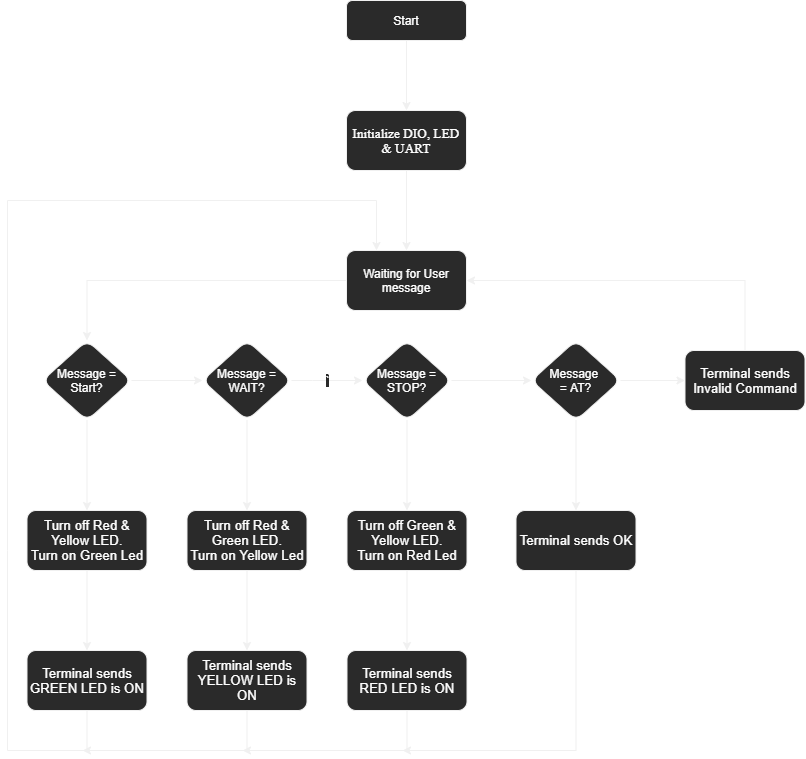
Before: Embedded Systems Level 1 BootCamp/S_AT_MC_05/Flowchart/S_ATM_05.png, a diagram exported from draw.io (marcomagdy24/Sprints). Source tidied: cells renumbered, new cells last; positions are measured from the earlier drawing's top-left corner, leaving out a move shared by most shapes.
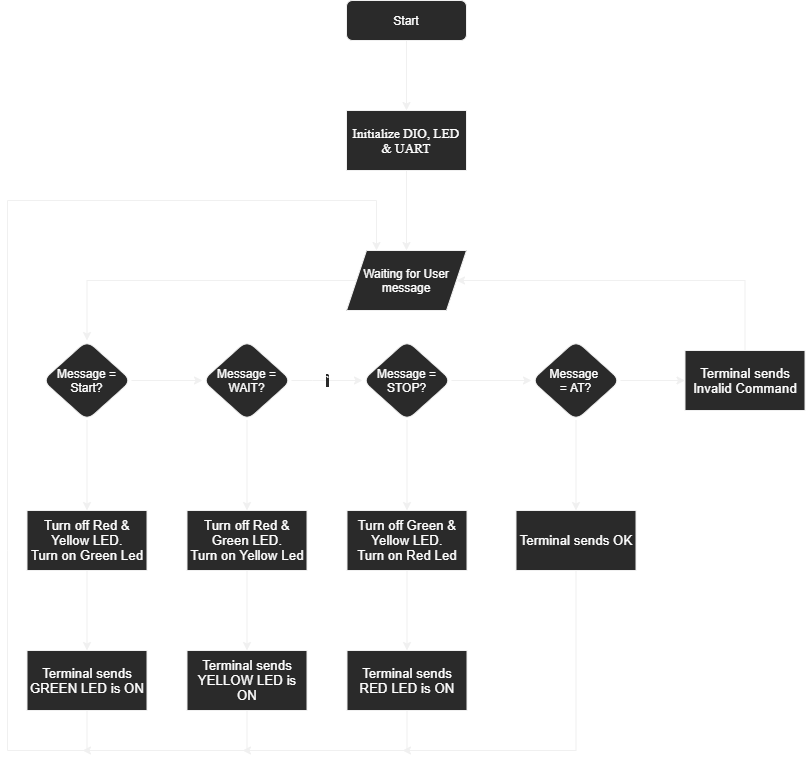
The same diagram one commit later.

Diff of the diagram source:
```diff
@@ -11,13 +11,13 @@
     <mxCell id="4" style="edgeStyle=orthogonalEdgeStyle;rounded=0;jettySize=auto;html=1;fontColor=#FFFFFF;" parent="1" edge="1" source="5" target="7">
       <mxGeometry relative="1" as="geometry" />
     </mxCell>
-    <mxCell id="5" value="&lt;span style=&quot;font-family: &amp;quot;ms shell dlg 2&amp;quot;; font-size: 13.3333px;&quot;&gt;Initialize DIO, LED &amp;amp; UART&lt;/span&gt;" style="rounded=1;whiteSpace=wrap;html=1;shadow=0;strokeWidth=1;glass=0;fontColor=#FFFFFF;" parent="1" vertex="1">
+    <mxCell id="5" value="&lt;span style=&quot;font-family: &amp;quot;ms shell dlg 2&amp;quot;; font-size: 13.3333px;&quot;&gt;Initialize DIO, LED &amp;amp; UART&lt;/span&gt;" style="rounded=0;whiteSpace=wrap;html=1;shadow=0;fontFamily=Helvetica;fontSize=12;fontColor=#FFFFFF;align=center;strokeColor=#f0f0f0;strokeWidth=1;fillColor=#2a2a2a;" parent="1" vertex="1">
       <mxGeometry x="339" y="110" width="120" height="60" as="geometry" />
     </mxCell>
     <mxCell id="6" style="edgeStyle=orthogonalEdgeStyle;rounded=0;jettySize=auto;html=1;fontColor=#FFFFFF;" parent="1" edge="1" source="7" target="10">
       <mxGeometry relative="1" as="geometry" />
     </mxCell>
-    <mxCell id="7" value="Waiting for User message" style="whiteSpace=wrap;html=1;rounded=1;shadow=0;strokeWidth=1;glass=0;fontColor=#FFFFFF;" parent="1" vertex="1">
+    <mxCell id="7" value="Waiting for User message" style="shape=parallelogram;perimeter=parallelogramPerimeter;whiteSpace=wrap;html=1;fixedSize=1;shadow=0;fontFamily=Helvetica;fontSize=12;fontColor=#FFFFFF;align=center;strokeColor=#f0f0f0;strokeWidth=1;fillColor=#2a2a2a;" parent="1" vertex="1">
       <mxGeometry x="339" y="250" width="120" height="60" as="geometry" />
     </mxCell>
     <mxCell id="8" style="edgeStyle=orthogonalEdgeStyle;rounded=0;jettySize=auto;html=1;fontColor=#FFFFFF;" parent="1" edge="1" source="10" target="12">
@@ -64,15 +64,19 @@
       <mxGeometry x="524" y="340" width="89" height="80" as="geometry" />
     </mxCell>
     <mxCell id="20" style="edgeStyle=orthogonalEdgeStyle;rounded=0;jettySize=auto;html=1;exitX=0.5;exitY=0;exitDx=0;exitDy=0;entryX=1;entryY=0.5;entryDx=0;entryDy=0;fontColor=#FFFFFF;" parent="1" edge="1" source="21" target="7">
-      <mxGeometry relative="1" as="geometry" />
+      <mxGeometry relative="1" as="geometry">
+        <Array as="points">
+          <mxPoint x="738" y="280" />
+        </Array>
+      </mxGeometry>
     </mxCell>
-    <mxCell id="21" value="&lt;span style=&quot;font-family: &amp;quot;arial&amp;quot; ; font-size: 10pt&quot;&gt;Terminal sends Invalid Command&lt;/span&gt;" style="whiteSpace=wrap;html=1;rounded=1;shadow=0;strokeWidth=1;glass=0;fontColor=#FFFFFF;" parent="1" vertex="1">
+    <mxCell id="21" value="&lt;span style=&quot;font-family: &amp;quot;arial&amp;quot; ; font-size: 10pt&quot;&gt;Terminal sends Invalid Command&lt;/span&gt;" style="rounded=0;whiteSpace=wrap;html=1;shadow=0;fontFamily=Helvetica;fontSize=12;fontColor=#FFFFFF;align=center;strokeColor=#f0f0f0;strokeWidth=1;fillColor=#2a2a2a;" parent="1" vertex="1">
       <mxGeometry x="677.5" y="350" width="120" height="60" as="geometry" />
     </mxCell>
     <mxCell id="22" style="edgeStyle=orthogonalEdgeStyle;rounded=0;jettySize=auto;html=1;fontColor=#FFFFFF;" parent="1" edge="1" source="23" target="33">
       <mxGeometry relative="1" as="geometry" />
     </mxCell>
-    <mxCell id="23" value="&lt;span style=&quot;font-family: &amp;quot;arial&amp;quot; ; font-size: 10pt&quot;&gt;Turn off Red &amp;amp;&lt;/span&gt;&lt;br&gt;&lt;p align=&quot;center&quot; style=&quot;margin-top: 0px ; margin-bottom: 0px ; margin-left: 0px ; margin-right: 0px ; text-indent: 0px&quot;&gt;&lt;span style=&quot;font-family: arial; font-size: 10pt;&quot;&gt;Yellow LED.&lt;/span&gt;&lt;/p&gt;&lt;p align=&quot;center&quot; style=&quot;margin-top: 0px ; margin-bottom: 0px ; margin-left: 0px ; margin-right: 0px ; text-indent: 0px&quot;&gt;&lt;span style=&quot;font-family: arial; font-size: 10pt;&quot;&gt;Turn on Green Led&lt;/span&gt;&lt;/p&gt;" style="whiteSpace=wrap;html=1;rounded=1;shadow=0;strokeWidth=1;glass=0;fontColor=#FFFFFF;" parent="1" vertex="1">
+    <mxCell id="23" value="&lt;span style=&quot;font-family: &amp;quot;arial&amp;quot; ; font-size: 10pt&quot;&gt;Turn off Red &amp;amp;&lt;/span&gt;&lt;br&gt;&lt;p align=&quot;center&quot; style=&quot;margin-top: 0px ; margin-bottom: 0px ; margin-left: 0px ; margin-right: 0px ; text-indent: 0px&quot;&gt;&lt;span style=&quot;font-family: arial; font-size: 10pt;&quot;&gt;Yellow LED.&lt;/span&gt;&lt;/p&gt;&lt;p align=&quot;center&quot; style=&quot;margin-top: 0px ; margin-bottom: 0px ; margin-left: 0px ; margin-right: 0px ; text-indent: 0px&quot;&gt;&lt;span style=&quot;font-family: arial; font-size: 10pt;&quot;&gt;Turn on Green Led&lt;/span&gt;&lt;/p&gt;" style="rounded=0;whiteSpace=wrap;html=1;shadow=0;fontFamily=Helvetica;fontSize=12;fontColor=#FFFFFF;align=center;strokeColor=#f0f0f0;strokeWidth=1;fillColor=#2a2a2a;" parent="1" vertex="1">
       <mxGeometry x="19.5" y="510" width="120" height="60" as="geometry" />
     </mxCell>
     <mxCell id="24" style="edgeStyle=orthogonalEdgeStyle;rounded=0;jettySize=auto;html=1;fontColor=#FFFFFF;" parent="1" edge="1" source="12" target="26">
@@ -81,7 +85,7 @@
     <mxCell id="25" style="edgeStyle=orthogonalEdgeStyle;rounded=0;jettySize=auto;html=1;fontColor=#FFFFFF;" parent="1" edge="1" source="26" target="35">
       <mxGeometry relative="1" as="geometry" />
     </mxCell>
-    <mxCell id="26" value="&lt;span style=&quot;font-family: &amp;quot;arial&amp;quot; ; font-size: 10pt&quot;&gt;Turn off Red &amp;amp;&lt;/span&gt;&lt;br&gt;&lt;p align=&quot;center&quot; style=&quot;margin-top: 0px ; margin-bottom: 0px ; margin-left: 0px ; margin-right: 0px ; text-indent: 0px&quot;&gt;&lt;span style=&quot;font-family: arial; font-size: 10pt;&quot;&gt;Green LED.&lt;/span&gt;&lt;/p&gt;&lt;p align=&quot;center&quot; style=&quot;margin-top: 0px ; margin-bottom: 0px ; margin-left: 0px ; margin-right: 0px ; text-indent: 0px&quot;&gt;&lt;span style=&quot;font-family: arial; font-size: 10pt;&quot;&gt;Turn on&amp;nbsp;&lt;/span&gt;&lt;span style=&quot;font-family: &amp;quot;arial&amp;quot; ; font-size: 13.3333px&quot;&gt;Yellow&amp;nbsp;&lt;/span&gt;&lt;span style=&quot;font-family: arial; font-size: 10pt;&quot;&gt;Led&lt;/span&gt;&lt;/p&gt;" style="whiteSpace=wrap;html=1;rounded=1;shadow=0;strokeWidth=1;glass=0;fontColor=#FFFFFF;" parent="1" vertex="1">
+    <mxCell id="26" value="&lt;span style=&quot;font-family: &amp;quot;arial&amp;quot; ; font-size: 10pt&quot;&gt;Turn off Red &amp;amp;&lt;/span&gt;&lt;br&gt;&lt;p align=&quot;center&quot; style=&quot;margin-top: 0px ; margin-bottom: 0px ; margin-left: 0px ; margin-right: 0px ; text-indent: 0px&quot;&gt;&lt;span style=&quot;font-family: arial; font-size: 10pt;&quot;&gt;Green LED.&lt;/span&gt;&lt;/p&gt;&lt;p align=&quot;center&quot; style=&quot;margin-top: 0px ; margin-bottom: 0px ; margin-left: 0px ; margin-right: 0px ; text-indent: 0px&quot;&gt;&lt;span style=&quot;font-family: arial; font-size: 10pt;&quot;&gt;Turn on&amp;nbsp;&lt;/span&gt;&lt;span style=&quot;font-family: &amp;quot;arial&amp;quot; ; font-size: 13.3333px&quot;&gt;Yellow&amp;nbsp;&lt;/span&gt;&lt;span style=&quot;font-family: arial; font-size: 10pt;&quot;&gt;Led&lt;/span&gt;&lt;/p&gt;" style="rounded=0;whiteSpace=wrap;html=1;shadow=0;fontFamily=Helvetica;fontSize=12;fontColor=#FFFFFF;align=center;strokeColor=#f0f0f0;strokeWidth=1;fillColor=#2a2a2a;" parent="1" vertex="1">
       <mxGeometry x="179.5" y="510" width="120" height="60" as="geometry" />
     </mxCell>
     <mxCell id="27" style="edgeStyle=orthogonalEdgeStyle;rounded=0;jettySize=auto;html=1;fontColor=#FFFFFF;" parent="1" edge="1" source="14" target="29">
@@ -90,7 +94,7 @@
     <mxCell id="28" style="edgeStyle=orthogonalEdgeStyle;rounded=0;jettySize=auto;html=1;fontColor=#FFFFFF;" parent="1" edge="1" source="29" target="37">
       <mxGeometry relative="1" as="geometry" />
     </mxCell>
-    <mxCell id="29" value="&lt;span style=&quot;font-family: &amp;quot;arial&amp;quot; ; font-size: 10pt&quot;&gt;Turn off Green &amp;amp;&lt;/span&gt;&lt;br&gt;&lt;p align=&quot;center&quot; style=&quot;margin-top: 0px ; margin-bottom: 0px ; margin-left: 0px ; margin-right: 0px ; text-indent: 0px&quot;&gt;&lt;span style=&quot;font-family: arial; font-size: 10pt;&quot;&gt;Yellow LED.&lt;/span&gt;&lt;/p&gt;&lt;p align=&quot;center&quot; style=&quot;margin-top: 0px ; margin-bottom: 0px ; margin-left: 0px ; margin-right: 0px ; text-indent: 0px&quot;&gt;&lt;span style=&quot;font-family: arial; font-size: 10pt;&quot;&gt;Turn on&amp;nbsp;&lt;/span&gt;&lt;span style=&quot;font-family: &amp;quot;arial&amp;quot; ; font-size: 13.3333px&quot;&gt;Red&amp;nbsp;&lt;/span&gt;&lt;span style=&quot;font-family: arial; font-size: 10pt;&quot;&gt;Led&lt;/span&gt;&lt;/p&gt;" style="whiteSpace=wrap;html=1;rounded=1;shadow=0;strokeWidth=1;glass=0;fontColor=#FFFFFF;" parent="1" vertex="1">
+    <mxCell id="29" value="&lt;span style=&quot;font-family: &amp;quot;arial&amp;quot; ; font-size: 10pt&quot;&gt;Turn off Green &amp;amp;&lt;/span&gt;&lt;br&gt;&lt;p align=&quot;center&quot; style=&quot;margin-top: 0px ; margin-bottom: 0px ; margin-left: 0px ; margin-right: 0px ; text-indent: 0px&quot;&gt;&lt;span style=&quot;font-family: arial; font-size: 10pt;&quot;&gt;Yellow LED.&lt;/span&gt;&lt;/p&gt;&lt;p align=&quot;center&quot; style=&quot;margin-top: 0px ; margin-bottom: 0px ; margin-left: 0px ; margin-right: 0px ; text-indent: 0px&quot;&gt;&lt;span style=&quot;font-family: arial; font-size: 10pt;&quot;&gt;Turn on&amp;nbsp;&lt;/span&gt;&lt;span style=&quot;font-family: &amp;quot;arial&amp;quot; ; font-size: 13.3333px&quot;&gt;Red&amp;nbsp;&lt;/span&gt;&lt;span style=&quot;font-family: arial; font-size: 10pt;&quot;&gt;Led&lt;/span&gt;&lt;/p&gt;" style="rounded=0;whiteSpace=wrap;html=1;shadow=0;fontFamily=Helvetica;fontSize=12;fontColor=#FFFFFF;align=center;strokeColor=#f0f0f0;strokeWidth=1;fillColor=#2a2a2a;" parent="1" vertex="1">
       <mxGeometry x="339.5" y="510" width="120" height="60" as="geometry" />
     </mxCell>
     <mxCell id="30" style="edgeStyle=orthogonalEdgeStyle;rounded=0;jettySize=auto;html=1;exitX=0.5;exitY=1;exitDx=0;exitDy=0;fontColor=#FFFFFF;" parent="1" edge="1" source="31">
@@ -101,7 +105,7 @@
         </Array>
       </mxGeometry>
     </mxCell>
-    <mxCell id="31" value="&lt;span style=&quot;font-family: &amp;quot;arial&amp;quot; ; font-size: 10pt&quot;&gt;Terminal sends OK&lt;/span&gt;" style="whiteSpace=wrap;html=1;rounded=1;shadow=0;strokeWidth=1;glass=0;fontColor=#FFFFFF;" parent="1" vertex="1">
+    <mxCell id="31" value="&lt;span style=&quot;font-family: &amp;quot;arial&amp;quot; ; font-size: 10pt&quot;&gt;Terminal sends OK&lt;/span&gt;" style="rounded=0;whiteSpace=wrap;html=1;shadow=0;fontFamily=Helvetica;fontSize=12;fontColor=#FFFFFF;align=center;strokeColor=#f0f0f0;strokeWidth=1;fillColor=#2a2a2a;" parent="1" vertex="1">
       <mxGeometry x="508.5" y="510" width="120" height="60" as="geometry" />
     </mxCell>
     <mxCell id="32" style="edgeStyle=orthogonalEdgeStyle;rounded=0;jettySize=auto;html=1;exitX=0.5;exitY=1;exitDx=0;exitDy=0;entryX=0.25;entryY=0;entryDx=0;entryDy=0;fontColor=#FFFFFF;" parent="1" edge="1" source="33" target="7">
@@ -115,7 +119,7 @@
         </Array>
       </mxGeometry>
     </mxCell>
-    <mxCell id="33" value="&lt;span style=&quot;font-family: &amp;quot;arial&amp;quot; ; font-size: 10pt&quot;&gt;Terminal sends GREEN LED is ON&lt;/span&gt;" style="whiteSpace=wrap;html=1;rounded=1;shadow=0;strokeWidth=1;glass=0;fontColor=#FFFFFF;" parent="1" vertex="1">
+    <mxCell id="33" value="&lt;span style=&quot;font-family: &amp;quot;arial&amp;quot; ; font-size: 10pt&quot;&gt;Terminal sends GREEN LED is ON&lt;/span&gt;" style="rounded=0;whiteSpace=wrap;html=1;shadow=0;fontFamily=Helvetica;fontSize=12;fontColor=#FFFFFF;align=center;strokeColor=#f0f0f0;strokeWidth=1;fillColor=#2a2a2a;" parent="1" vertex="1">
       <mxGeometry x="19.5" y="650" width="120" height="60" as="geometry" />
     </mxCell>
     <mxCell id="34" style="edgeStyle=orthogonalEdgeStyle;rounded=0;jettySize=auto;html=1;fontColor=#FFFFFF;" parent="1" edge="1" source="35">
@@ -126,7 +130,7 @@
         </Array>
       </mxGeometry>
     </mxCell>
-    <mxCell id="35" value="&lt;span style=&quot;font-family: &amp;quot;arial&amp;quot; ; font-size: 10pt&quot;&gt;Terminal sends YELLOW LED is ON&lt;/span&gt;" style="whiteSpace=wrap;html=1;rounded=1;shadow=0;strokeWidth=1;glass=0;fontColor=#FFFFFF;" parent="1" vertex="1">
+    <mxCell id="35" value="&lt;span style=&quot;font-family: &amp;quot;arial&amp;quot; ; font-size: 10pt&quot;&gt;Terminal sends YELLOW LED is ON&lt;/span&gt;" style="rounded=0;whiteSpace=wrap;html=1;shadow=0;fontFamily=Helvetica;fontSize=12;fontColor=#FFFFFF;align=center;strokeColor=#f0f0f0;strokeWidth=1;fillColor=#2a2a2a;" parent="1" vertex="1">
       <mxGeometry x="179.5" y="650" width="120" height="60" as="geometry" />
     </mxCell>
     <mxCell id="36" style="edgeStyle=orthogonalEdgeStyle;rounded=0;jettySize=auto;html=1;exitX=0.5;exitY=1;exitDx=0;exitDy=0;fontColor=#FFFFFF;" parent="1" edge="1" source="37">
@@ -137,7 +141,7 @@
         </Array>
       </mxGeometry>
     </mxCell>
-    <mxCell id="37" value="&lt;span style=&quot;font-family: &amp;quot;arial&amp;quot; ; font-size: 10pt&quot;&gt;Terminal sends RED LED is ON&lt;/span&gt;" style="whiteSpace=wrap;html=1;rounded=1;shadow=0;strokeWidth=1;glass=0;fontColor=#FFFFFF;" parent="1" vertex="1">
+    <mxCell id="37" value="&lt;span style=&quot;font-family: &amp;quot;arial&amp;quot; ; font-size: 10pt&quot;&gt;Terminal sends RED LED is ON&lt;/span&gt;" style="rounded=0;whiteSpace=wrap;html=1;shadow=0;fontFamily=Helvetica;fontSize=12;fontColor=#FFFFFF;align=center;strokeColor=#f0f0f0;strokeWidth=1;fillColor=#2a2a2a;" parent="1" vertex="1">
       <mxGeometry x="339.5" y="650" width="120" height="60" as="geometry" />
     </mxCell>
     <mxCell id="38" value="NO" style="text;html=1;align=center;verticalAlign=middle;fillColor=none;strokeColor=none;rounded=0;shadow=1;sketch=0;fontColor=#FFFFFF;" parent="1" vertex="1">
```
